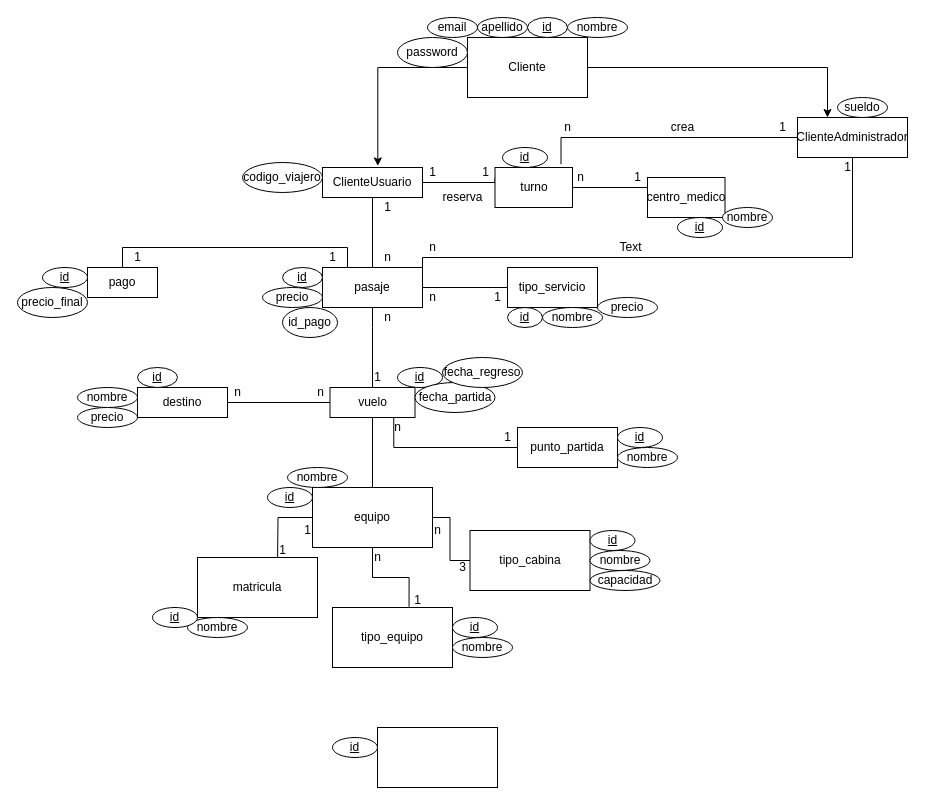
EricDanielCuevas/tpFinalWeb2 keeps this draw.io diagram as derTpFinal.drawio. Above is the earlier version. Source tidied: cells renumbered, new cells numbered last; positions are measured from the earlier drawing's top-left corner, leaving out a move shared by most shapes. Both pictures are drawn from the tidied source at 100%, with x=0, y=0 at pixel (17, 17).
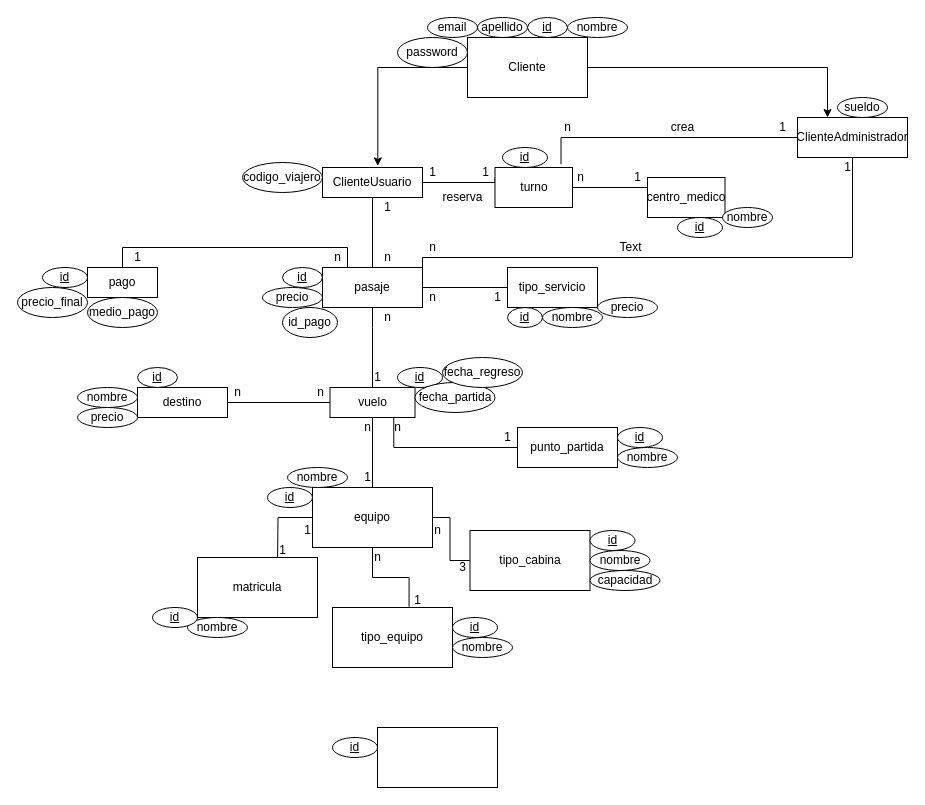
Above is the later version.

The change refers to these unchanged cells:
```xml
<mxCell id="10" value="equipo" style="rounded=0;whiteSpace=wrap;html=1;" parent="1" vertex="1">
  <mxGeometry x="295" y="470" width="120" height="60" as="geometry" />
</mxCell>
<mxCell id="28" value="vuelo" style="rounded=0;whiteSpace=wrap;html=1;" parent="1" vertex="1">
  <mxGeometry x="312.5" y="370" width="85" height="30" as="geometry" />
</mxCell>
```

What changed in the source:
```diff
@@
-    <mxCell id="26" style="edgeStyle=orthogonalEdgeStyle;rounded=0;jettySize=auto;html=1;endArrow=none;endFill=0;" parent="1" edge="1" source="28" target="10">
+    <mxCell id="26" style="edgeStyle=orthogonalEdgeStyle;rounded=0;jettySize=auto;html=1;endArrow=none;endFill=0;startArrow=none;" parent="1" edge="1" source="28" target="10">
       <mxGeometry relative="1" as="geometry" />
     </mxCell>
@@
+    <mxCell id="99" value="medio_pago" style="ellipse;whiteSpace=wrap;html=1;" parent="1" vertex="1">
+      <mxGeometry x="70" y="280" width="70" height="30" as="geometry" />
+    </mxCell>
+    <mxCell id="100" value="n" style="text;html=1;align=center;verticalAlign=middle;strokeColor=none;" parent="1" vertex="1">
+      <mxGeometry x="310" y="230" width="20" height="20" as="geometry" />
+    </mxCell>
     <mxCell id="98" value="1" style="text;html=1;align=center;verticalAlign=middle;strokeColor=none;" parent="1" vertex="1">
-      <mxGeometry x="305" y="230" width="20" height="20" as="geometry" />
+      <mxGeometry x="340" y="450" width="20" height="20" as="geometry" />
     </mxCell>
+    <mxCell id="101" value="n" style="text;html=1;align=center;verticalAlign=middle;strokeColor=none;" parent="1" vertex="1">
+      <mxGeometry x="340" y="400" width="20" height="20" as="geometry" />
+    </mxCell>
```
